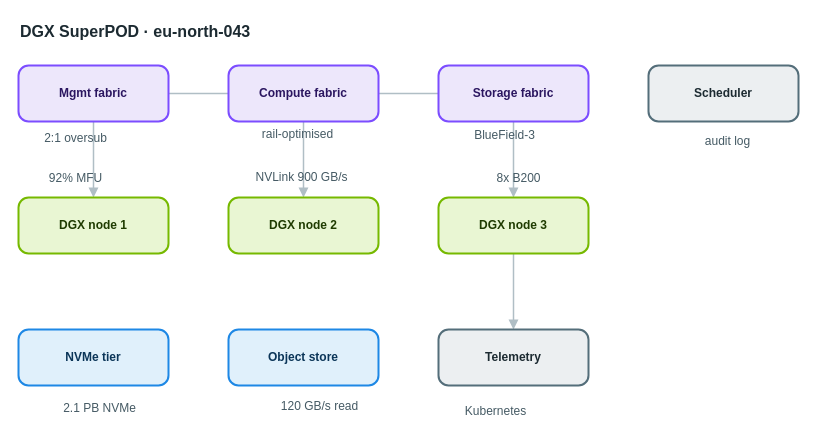
The draw.io diagram apps/web/public/samples/library/043-dgx-superpod.drawio in AryanG01/open-apprentice, before the edit. Source tidied: cells renumbered, new cells numbered last; positions are measured from the earlier drawing's top-left corner, leaving out a move shared by most shapes. Both pictures are drawn from the tidied source at 100%, with x=0, y=0 at pixel (18, 17).
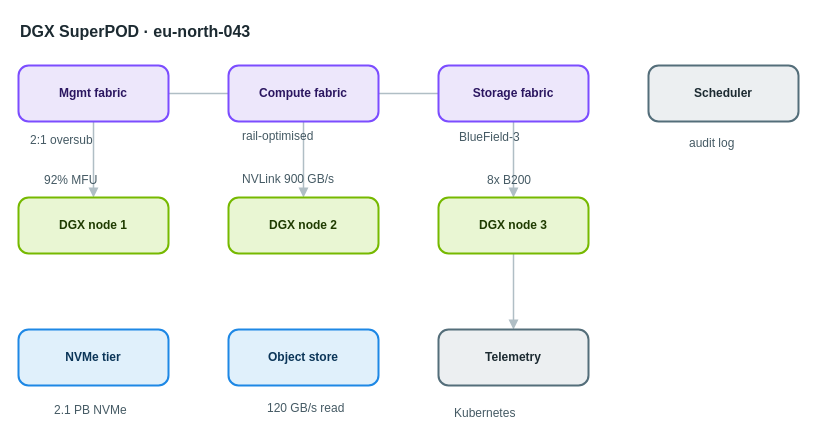
After the change.

Change to the diagram source:
```diff
@@
-    <mxCell id="17" value="2:1 oversub" style="text;html=1;align=center;verticalAlign=middle;whiteSpace=nowrap;strokeColor=none;fillColor=none;fontSize=12;fontColor=#455a64;" parent="1" vertex="1">
+    <mxCell id="17" value="2:1 oversub" style="text;html=1;align=left;verticalAlign=top;whiteSpace=nowrap;spacing=0;spacingTop=0;strokeColor=none;fillColor=none;fontSize=12;fontColor=#455a64;" parent="1" vertex="1">
       <mxGeometry x="12" y="111" width="89" height="20" as="geometry" />
     </mxCell>
-    <mxCell id="18" value="rail-optimised" style="text;html=1;align=center;verticalAlign=middle;whiteSpace=nowrap;strokeColor=none;fillColor=none;fontSize=12;fontColor=#455a64;" parent="1" vertex="1">
+    <mxCell id="18" value="rail-optimised" style="text;html=1;align=left;verticalAlign=top;whiteSpace=nowrap;spacing=0;spacingTop=0;strokeColor=none;fillColor=none;fontSize=12;fontColor=#455a64;" parent="1" vertex="1">
       <mxGeometry x="224" y="107" width="110" height="20" as="geometry" />
     </mxCell>
-    <mxCell id="19" value="BlueField-3" style="text;html=1;align=center;verticalAlign=middle;whiteSpace=nowrap;strokeColor=none;fillColor=none;fontSize=12;fontColor=#455a64;" parent="1" vertex="1">
+    <mxCell id="19" value="BlueField-3" style="text;html=1;align=left;verticalAlign=top;whiteSpace=nowrap;spacing=0;spacingTop=0;strokeColor=none;fillColor=none;fontSize=12;fontColor=#455a64;" parent="1" vertex="1">
       <mxGeometry x="441" y="108" width="89" height="20" as="geometry" />
     </mxCell>
-    <mxCell id="20" value="92% MFU" style="text;html=1;align=center;verticalAlign=middle;whiteSpace=nowrap;strokeColor=none;fillColor=none;fontSize=12;fontColor=#455a64;" parent="1" vertex="1">
+    <mxCell id="20" value="92% MFU" style="text;html=1;align=left;verticalAlign=top;whiteSpace=nowrap;spacing=0;spacingTop=0;strokeColor=none;fillColor=none;fontSize=12;fontColor=#455a64;" parent="1" vertex="1">
       <mxGeometry x="26" y="151" width="61" height="20" as="geometry" />
     </mxCell>
-    <mxCell id="21" value="NVLink 900 GB/s" style="text;html=1;align=center;verticalAlign=middle;whiteSpace=nowrap;strokeColor=none;fillColor=none;fontSize=12;fontColor=#455a64;" parent="1" vertex="1">
+    <mxCell id="21" value="NVLink 900 GB/s" style="text;html=1;align=left;verticalAlign=top;whiteSpace=nowrap;spacing=0;spacingTop=0;strokeColor=none;fillColor=none;fontSize=12;fontColor=#455a64;" parent="1" vertex="1">
       <mxGeometry x="224" y="150" width="117" height="20" as="geometry" />
     </mxCell>
-    <mxCell id="22" value="8x B200" style="text;html=1;align=center;verticalAlign=middle;whiteSpace=nowrap;strokeColor=none;fillColor=none;fontSize=12;fontColor=#455a64;" parent="1" vertex="1">
+    <mxCell id="22" value="8x B200" style="text;html=1;align=left;verticalAlign=top;whiteSpace=nowrap;spacing=0;spacingTop=0;strokeColor=none;fillColor=none;fontSize=12;fontColor=#455a64;" parent="1" vertex="1">
       <mxGeometry x="469" y="151" width="61" height="20" as="geometry" />
     </mxCell>
-    <mxCell id="23" value="2.1 PB NVMe" style="text;html=1;align=center;verticalAlign=middle;whiteSpace=nowrap;strokeColor=none;fillColor=none;fontSize=12;fontColor=#455a64;" parent="1" vertex="1">
+    <mxCell id="23" value="2.1 PB NVMe" style="text;html=1;align=left;verticalAlign=top;whiteSpace=nowrap;spacing=0;spacingTop=0;strokeColor=none;fillColor=none;fontSize=12;fontColor=#455a64;" parent="1" vertex="1">
       <mxGeometry x="36" y="381" width="89" height="20" as="geometry" />
     </mxCell>
-    <mxCell id="24" value="120 GB/s read" style="text;html=1;align=center;verticalAlign=middle;whiteSpace=nowrap;strokeColor=none;fillColor=none;fontSize=12;fontColor=#455a64;" parent="1" vertex="1">
+    <mxCell id="24" value="120 GB/s read" style="text;html=1;align=left;verticalAlign=top;whiteSpace=nowrap;spacing=0;spacingTop=0;strokeColor=none;fillColor=none;fontSize=12;fontColor=#455a64;" parent="1" vertex="1">
       <mxGeometry x="249" y="379" width="103" height="20" as="geometry" />
     </mxCell>
-    <mxCell id="25" value="audit log" style="text;html=1;align=center;verticalAlign=middle;whiteSpace=nowrap;strokeColor=none;fillColor=none;fontSize=12;fontColor=#455a64;" parent="1" vertex="1">
+    <mxCell id="25" value="audit log" style="text;html=1;align=left;verticalAlign=top;whiteSpace=nowrap;spacing=0;spacingTop=0;strokeColor=none;fillColor=none;fontSize=12;fontColor=#455a64;" parent="1" vertex="1">
       <mxGeometry x="671" y="114" width="75" height="20" as="geometry" />
     </mxCell>
-    <mxCell id="26" value="Kubernetes" style="text;html=1;align=center;verticalAlign=middle;whiteSpace=nowrap;strokeColor=none;fillColor=none;fontSize=12;fontColor=#455a64;" parent="1" vertex="1">
+    <mxCell id="26" value="Kubernetes" style="text;html=1;align=left;verticalAlign=top;whiteSpace=nowrap;spacing=0;spacingTop=0;strokeColor=none;fillColor=none;fontSize=12;fontColor=#455a64;" parent="1" vertex="1">
       <mxGeometry x="436" y="384" width="82" height="20" as="geometry" />
     </mxCell>
```
